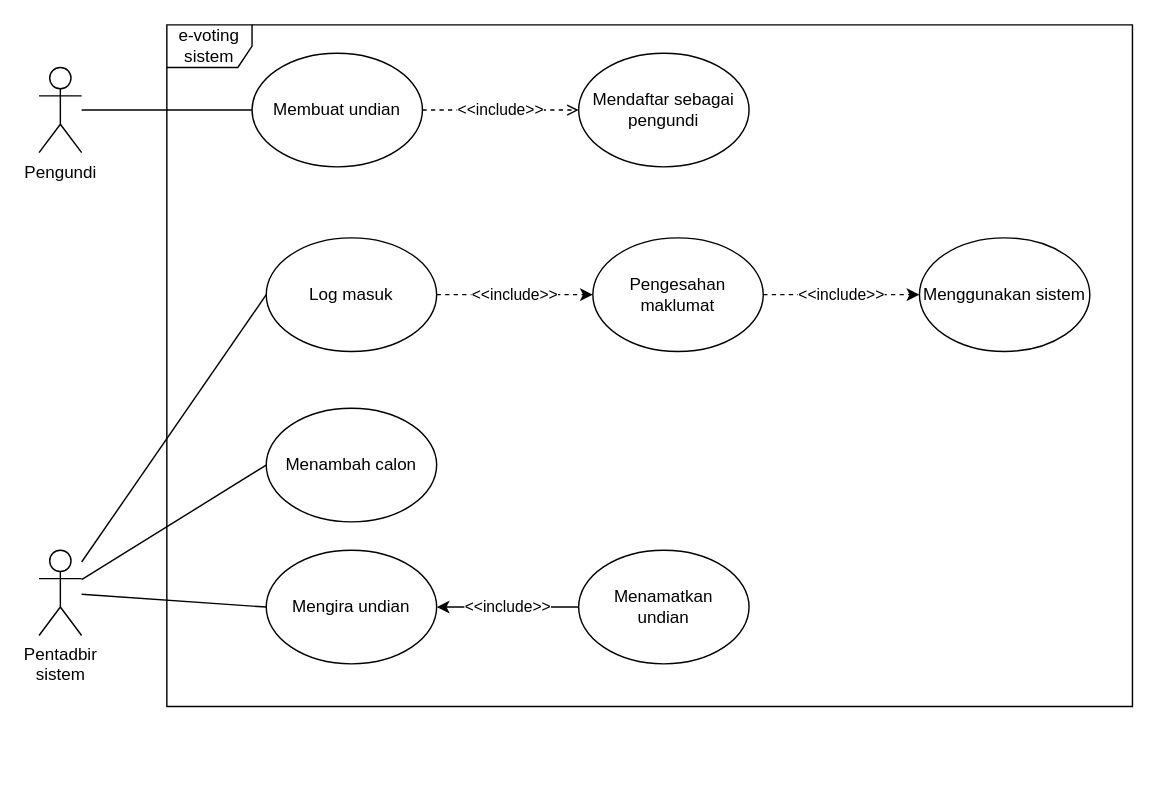
This is page "UML" (4 of 8) of admin-flow.drawio from izqalan/drawio, a draw.io file, before an edit. Source tidied: cells renumbered, new cells numbered last; positions are measured from the earlier drawing's top-left corner, leaving out a move shared by most shapes. Both pictures are drawn from the tidied source at 142%, with x=0, y=0 at pixel (38, 24).
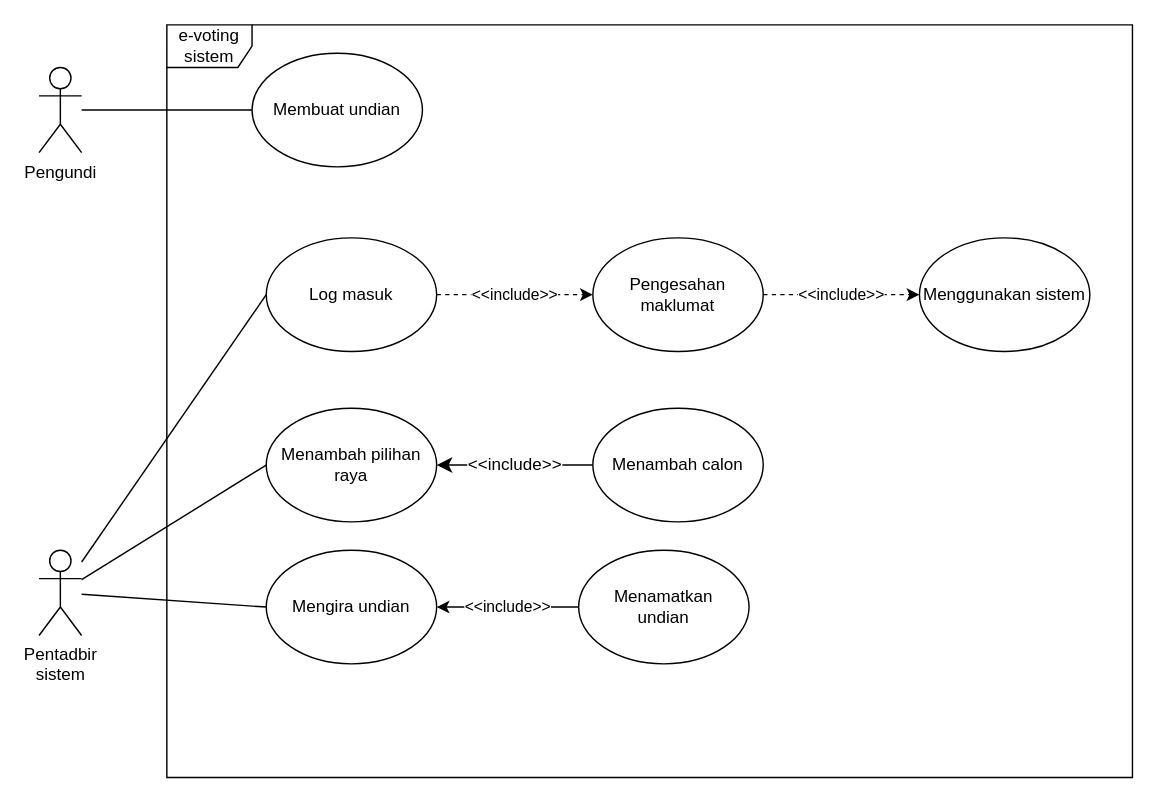
After the change.

Unchanged cells that the change refers to:
```xml
<mxCell id="15" value="Membuat undian" style="ellipse;whiteSpace=wrap;html=1;" parent="1" vertex="1">
  <mxGeometry x="150" y="20" width="120" height="80" as="geometry" />
</mxCell>
```

The edit, as a diff of the source:
```diff
@@
     <mxCell id="4" value="e-voting sistem" style="shape=umlFrame;whiteSpace=wrap;html=1;" parent="1" vertex="1">
-      <mxGeometry x="90" width="680" height="480" as="geometry" />
+      <mxGeometry x="90" width="680" height="530" as="geometry" />
     </mxCell>
@@
-    <mxCell id="14" value="&amp;lt;&amp;lt;include&amp;gt;&amp;gt;" style="edgeStyle=none;rounded=0;jettySize=auto;html=1;entryX=0;entryY=0.5;entryDx=0;entryDy=0;endArrow=open;endFill=0;dashed=1;" parent="1" edge="1" source="15" target="20">
-      <mxGeometry relative="1" as="geometry" />
-    </mxCell>
@@
-    <mxCell id="16" value="Menambah calon" style="ellipse;whiteSpace=wrap;html=1;" parent="1" vertex="1">
+    <mxCell id="16" value="Menambah pilihan raya" style="ellipse;whiteSpace=wrap;html=1;" parent="1" vertex="1">
       <mxGeometry x="160" y="270" width="120" height="80" as="geometry" />
     </mxCell>
@@
-    <mxCell id="20" value="Mendaftar sebagai pengundi" style="ellipse;whiteSpace=wrap;html=1;" parent="1" vertex="1">
-      <mxGeometry x="380" y="20" width="120" height="80" as="geometry" />
-    </mxCell>
+    <mxCell id="14" value="&amp;lt;&amp;lt;include&amp;gt;&amp;gt;" style="edgeStyle=none;curved=1;rounded=0;jettySize=auto;html=1;fontSize=12;startSize=8;endSize=8;" parent="1" edge="1" source="21" target="16">
+      <mxGeometry relative="1" as="geometry" />
+    </mxCell>
+    <mxCell id="21" value="Menambah calon" style="ellipse;whiteSpace=wrap;html=1;" parent="1" vertex="1">
+      <mxGeometry x="390" y="270" width="120" height="80" as="geometry" />
+    </mxCell>
```
